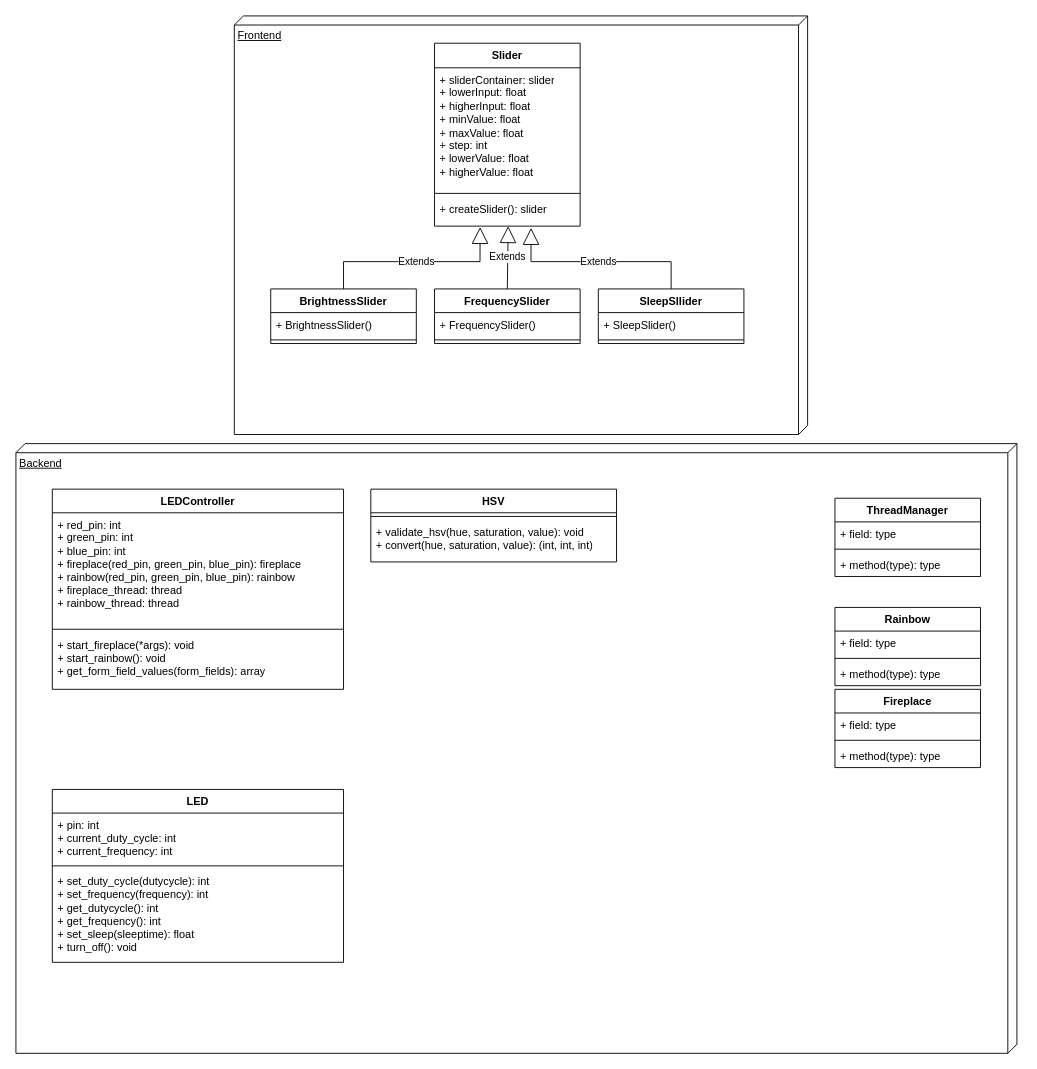
This is uml_diagrams/class_diagram_v2.drawio from Phaneron97/smartLedstrip, a draw.io file, before an edit. Source tidied: cells renumbered, new cells numbered last; positions are measured from the earlier drawing's top-left corner, leaving out a move shared by most shapes. Both pictures are drawn from the tidied source at 91%, with x=0, y=0 at pixel (15, 15).
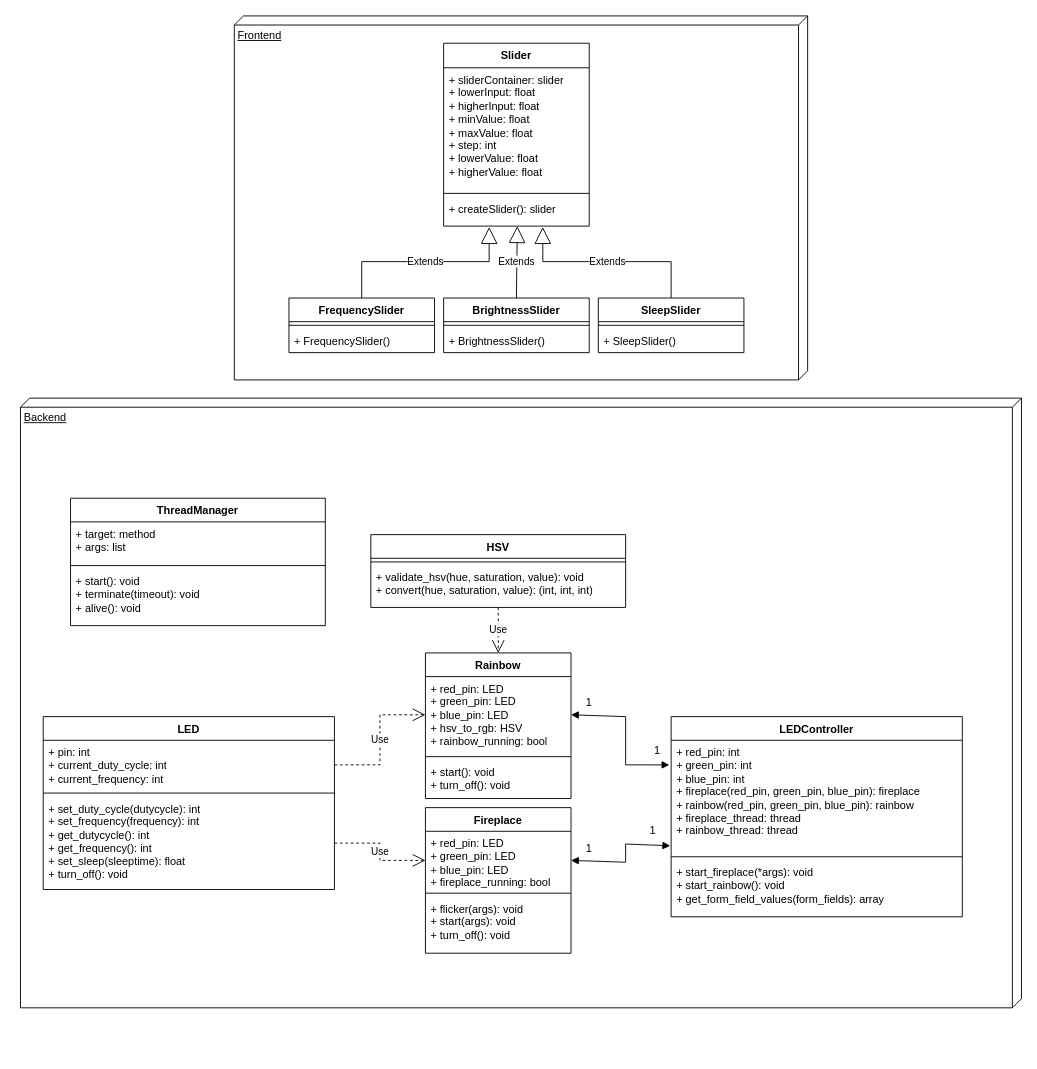
The same diagram, later.

Unchanged cells that the change refers to:
```xml
<mxCell id="7" value="&lt;div&gt;+ createSlider(): slider&lt;/div&gt;" style="text;strokeColor=none;fillColor=none;align=left;verticalAlign=top;spacingLeft=4;spacingRight=4;overflow=hidden;points=[[0,0.5],[1,0.5]];portConstraint=eastwest;whiteSpace=wrap;html=1;" parent="4" vertex="1">
  <mxGeometry y="169" width="160" height="32" as="geometry" />
</mxCell>
<mxCell id="21" value="&lt;div&gt;+ red_pin: int&lt;/div&gt;&lt;div&gt;+ green_pin: int&lt;/div&gt;&lt;div&gt;+ blue_pin: int&lt;/div&gt;&lt;div&gt;+ fireplace(red_pin, green_pin, blue_pin): fireplace&lt;/div&gt;&lt;div&gt;+ rainbow(red_pin, green_pin, blue_pin): rainbow&lt;/div&gt;&lt;div&gt;+ fireplace_thread: thread&lt;/div&gt;&lt;div&gt;+ rainbow_thread: thread&lt;/div&gt;" style="text;strokeColor=none;fillColor=none;align=left;verticalAlign=top;spacingLeft=4;spacingRight=4;overflow=hidden;points=[[0,0.5],[1,0.5]];portConstraint=eastwest;whiteSpace=wrap;html=1;" parent="20" vertex="1">
  <mxGeometry y="26" width="320" height="124" as="geometry" />
</mxCell>
<mxCell id="32" value="&lt;div&gt;+ pin: int&lt;/div&gt;&lt;div&gt;+ current_duty_cycle: int&lt;/div&gt;&lt;div&gt;+ current_frequency: int&lt;br&gt;&lt;/div&gt;" style="text;strokeColor=none;fillColor=none;align=left;verticalAlign=top;spacingLeft=4;spacingRight=4;overflow=hidden;points=[[0,0.5],[1,0.5]];portConstraint=eastwest;whiteSpace=wrap;html=1;" parent="31" vertex="1">
  <mxGeometry y="26" width="320" height="54" as="geometry" />
</mxCell>
<mxCell id="34" value="&lt;div&gt;+ set_duty_cycle(dutycycle): int&lt;/div&gt;&lt;div&gt;+ set_frequency(frequency): int&lt;/div&gt;&lt;div&gt;+ get_dutycycle(): int&lt;/div&gt;&lt;div&gt;+ get_frequency(): int&lt;/div&gt;&lt;div&gt;+ set_sleep(sleeptime): float&lt;/div&gt;&lt;div&gt;+ turn_off(): void&lt;br&gt;&lt;/div&gt;" style="text;strokeColor=none;fillColor=none;align=left;verticalAlign=top;spacingLeft=4;spacingRight=4;overflow=hidden;points=[[0,0.5],[1,0.5]];portConstraint=eastwest;whiteSpace=wrap;html=1;" parent="31" vertex="1">
  <mxGeometry y="88" width="320" height="102" as="geometry" />
</mxCell>
```

Diff of the diagram source:
```diff
@@
     <mxCell id="2" value="Frontend" style="verticalAlign=top;align=left;spacingTop=8;spacingLeft=2;spacingRight=12;shape=cube;size=10;direction=south;fontStyle=4;html=1;whiteSpace=wrap;" parent="1" vertex="1">
-      <mxGeometry x="240" width="630" height="460" as="geometry" />
+      <mxGeometry x="240" width="630" height="400" as="geometry" />
     </mxCell>
     <mxCell id="3" value="Backend" style="verticalAlign=top;align=left;spacingTop=8;spacingLeft=2;spacingRight=12;shape=cube;size=10;direction=south;fontStyle=4;html=1;whiteSpace=wrap;" parent="1" vertex="1">
-      <mxGeometry y="470" width="1100" height="670" as="geometry" />
+      <mxGeometry x="5" y="420" width="1100" height="670" as="geometry" />
     </mxCell>
     <mxCell id="4" value="Slider" style="swimlane;fontStyle=1;align=center;verticalAlign=top;horizontal=1;startSize=27;whiteSpace=wrap;html=1;" parent="1" vertex="1">
-      <mxGeometry x="460" y="30" width="160" height="201" as="geometry" />
+      <mxGeometry x="470" y="30" width="160" height="201" as="geometry" />
     </mxCell>
@@
-    <mxCell id="8" value="BrightnessSlider" style="swimlane;fontStyle=1;align=center;verticalAlign=top;horizontal=1;startSize=26;whiteSpace=wrap;html=1;" parent="1" vertex="1">
-      <mxGeometry x="280" y="300" width="160" height="60" as="geometry" />
-    </mxCell>
-    <mxCell id="9" value="+ BrightnessSlider()" style="text;strokeColor=none;fillColor=none;align=left;verticalAlign=top;spacingLeft=4;spacingRight=4;overflow=hidden;whiteSpace=wrap;html=1;" parent="8" vertex="1">
-      <mxGeometry y="26" width="160" height="26" as="geometry" />
-    </mxCell>
-    <mxCell id="10" style="line;strokeWidth=1;fillColor=none;align=left;verticalAlign=middle;spacingTop=-1;spacingLeft=3;spacingRight=3;labelPosition=right;strokeColor=inherit;" parent="8" vertex="1">
-      <mxGeometry y="52" width="160" height="8" as="geometry" />
-    </mxCell>
-    <mxCell id="11" value="FrequencySlider" style="swimlane;fontStyle=1;align=center;verticalAlign=top;horizontal=1;startSize=26;whiteSpace=wrap;html=1;" parent="1" vertex="1">
-      <mxGeometry x="460" y="300" width="160" height="60" as="geometry" />
-    </mxCell>
-    <mxCell id="12" value="+ FrequencySlider()" style="text;strokeColor=none;fillColor=none;align=left;verticalAlign=top;spacingLeft=4;spacingRight=4;overflow=hidden;whiteSpace=wrap;html=1;" parent="11" vertex="1">
-      <mxGeometry y="26" width="160" height="26" as="geometry" />
-    </mxCell>
-    <mxCell id="13" style="line;strokeWidth=1;fillColor=none;align=left;verticalAlign=middle;spacingTop=-1;spacingLeft=3;spacingRight=3;labelPosition=right;strokeColor=inherit;" parent="11" vertex="1">
-      <mxGeometry y="52" width="160" height="8" as="geometry" />
-    </mxCell>
-    <mxCell id="14" value="SleepSllider" style="swimlane;fontStyle=1;align=center;verticalAlign=top;horizontal=1;startSize=26;whiteSpace=wrap;html=1;" parent="1" vertex="1">
-      <mxGeometry x="640" y="300" width="160" height="60" as="geometry" />
-    </mxCell>
-    <mxCell id="15" value="+ SleepSlider()" style="text;strokeColor=none;fillColor=none;align=left;verticalAlign=top;spacingLeft=4;spacingRight=4;overflow=hidden;whiteSpace=wrap;html=1;" parent="14" vertex="1">
-      <mxGeometry y="26" width="160" height="26" as="geometry" />
-    </mxCell>
-    <mxCell id="16" style="line;strokeWidth=1;fillColor=none;align=left;verticalAlign=middle;spacingTop=-1;spacingLeft=3;spacingRight=3;labelPosition=right;strokeColor=inherit;" parent="14" vertex="1">
-      <mxGeometry y="52" width="160" height="8" as="geometry" />
-    </mxCell>
-    <mxCell id="17" value="Extends" style="endArrow=block;endSize=16;endFill=0;html=1;rounded=0;exitX=0.5;exitY=0;exitDx=0;exitDy=0;entryX=0.313;entryY=1.031;entryDx=0;entryDy=0;entryPerimeter=0;" parent="1" edge="1" source="8" target="7">
+    <mxCell id="17" value="Extends" style="endArrow=block;endSize=16;endFill=0;html=1;rounded=0;exitX=0.5;exitY=0;exitDx=0;exitDy=0;entryX=0.313;entryY=1.031;entryDx=0;entryDy=0;entryPerimeter=0;" parent="1" edge="1" source="11" target="7">
       <mxGeometry x="0.01" relative="1" as="geometry">
         <Array as="points">
-          <mxPoint x="360" y="270" />
-          <mxPoint x="510" y="270" />
+          <mxPoint x="380" y="270" />
+          <mxPoint x="520" y="270" />
         </Array>
       </mxGeometry>
     </mxCell>
-    <mxCell id="18" value="Extends" style="endArrow=block;endSize=16;endFill=0;html=1;rounded=0;exitX=0.5;exitY=0;exitDx=0;exitDy=0;entryX=0.506;entryY=1;entryDx=0;entryDy=0;entryPerimeter=0;" parent="1" edge="1" source="11" target="7">
+    <mxCell id="18" value="Extends" style="endArrow=block;endSize=16;endFill=0;html=1;rounded=0;exitX=0.5;exitY=0;exitDx=0;exitDy=0;entryX=0.506;entryY=1;entryDx=0;entryDy=0;entryPerimeter=0;" parent="1" edge="1" source="8" target="7">
       <mxGeometry relative="1" as="geometry" />
     </mxCell>
-    <mxCell id="19" value="Extends" style="endArrow=block;endSize=16;endFill=0;html=1;rounded=0;exitX=0.5;exitY=0;exitDx=0;exitDy=0;entryX=0.663;entryY=1.063;entryDx=0;entryDy=0;entryPerimeter=0;" parent="1" edge="1" source="14" target="7">
+    <mxCell id="19" value="Extends" style="endArrow=block;endSize=16;endFill=0;html=1;rounded=0;exitX=0.5;exitY=0;exitDx=0;exitDy=0;entryX=0.681;entryY=1.031;entryDx=0;entryDy=0;entryPerimeter=0;" parent="1" edge="1" source="45" target="7">
       <mxGeometry relative="1" as="geometry">
         <Array as="points">
           <mxPoint x="720" y="270" />
           <mxPoint x="650" y="270" />
-          <mxPoint x="566" y="270" />
+          <mxPoint x="579" y="270" />
         </Array>
       </mxGeometry>
     </mxCell>
     <mxCell id="20" value="LEDController" style="swimlane;fontStyle=1;align=center;verticalAlign=top;horizontal=1;startSize=26;whiteSpace=wrap;html=1;" parent="1" vertex="1">
-      <mxGeometry x="40" y="520" width="320" height="220" as="geometry" />
+      <mxGeometry x="720" y="770" width="320" height="220" as="geometry" />
     </mxCell>
@@
     <mxCell id="24" value="Fireplace" style="swimlane;fontStyle=1;align=center;verticalAlign=top;horizontal=1;startSize=26;whiteSpace=wrap;html=1;" parent="1" vertex="1">
-      <mxGeometry x="900" y="740" width="160" height="86" as="geometry" />
+      <mxGeometry x="450" y="870" width="160" height="160" as="geometry" />
     </mxCell>
-    <mxCell id="25" value="+ field: type" style="text;strokeColor=none;fillColor=none;align=left;verticalAlign=top;spacingLeft=4;spacingRight=4;overflow=hidden;points=[[0,0.5],[1,0.5]];portConstraint=eastwest;whiteSpace=wrap;html=1;" parent="24" vertex="1">
-      <mxGeometry y="26" width="160" height="26" as="geometry" />
+    <mxCell id="25" value="&lt;div&gt;+ red_pin: LED&lt;/div&gt;&lt;div&gt;+ green_pin: LED&lt;/div&gt;&lt;div&gt;+ blue_pin: LED&lt;/div&gt;&lt;div&gt;+ fireplace_running: bool&lt;br&gt;&lt;/div&gt;" style="text;strokeColor=none;fillColor=none;align=left;verticalAlign=top;spacingLeft=4;spacingRight=4;overflow=hidden;points=[[0,0.5],[1,0.5]];portConstraint=eastwest;whiteSpace=wrap;html=1;" parent="24" vertex="1">
+      <mxGeometry y="26" width="160" height="64" as="geometry" />
     </mxCell>
     <mxCell id="26" style="line;strokeWidth=1;fillColor=none;align=left;verticalAlign=middle;spacingTop=-1;spacingLeft=3;spacingRight=3;labelPosition=right;strokeColor=inherit;" parent="24" vertex="1">
-      <mxGeometry y="52" width="160" height="8" as="geometry" />
+      <mxGeometry y="90" width="160" height="8" as="geometry" />
     </mxCell>
-    <mxCell id="27" value="+ method(type): type" style="text;strokeColor=none;fillColor=none;align=left;verticalAlign=top;spacingLeft=4;spacingRight=4;overflow=hidden;whiteSpace=wrap;html=1;" parent="24" vertex="1">
-      <mxGeometry y="60" width="160" height="26" as="geometry" />
+    <mxCell id="27" value="&lt;div&gt;+ flicker(args): void&lt;/div&gt;&lt;div&gt;+ start(args): void&lt;/div&gt;&lt;div&gt;+ turn_off(): void&lt;br&gt;&lt;/div&gt;&lt;div&gt;&lt;br&gt;&lt;/div&gt;" style="text;strokeColor=none;fillColor=none;align=left;verticalAlign=top;spacingLeft=4;spacingRight=4;overflow=hidden;whiteSpace=wrap;html=1;" parent="24" vertex="1">
+      <mxGeometry y="98" width="160" height="62" as="geometry" />
     </mxCell>
     <mxCell id="28" value="HSV" style="swimlane;fontStyle=1;align=center;verticalAlign=top;horizontal=1;startSize=26;whiteSpace=wrap;html=1;" parent="1" vertex="1">
-      <mxGeometry x="390" y="520" width="270" height="80" as="geometry" />
+      <mxGeometry x="390" y="570" width="280" height="80" as="geometry" />
     </mxCell>
     <mxCell id="29" style="line;strokeWidth=1;fillColor=none;align=left;verticalAlign=middle;spacingTop=-1;spacingLeft=3;spacingRight=3;labelPosition=right;strokeColor=inherit;" parent="28" vertex="1">
-      <mxGeometry y="26" width="270" height="8" as="geometry" />
+      <mxGeometry y="26" width="280" height="8" as="geometry" />
     </mxCell>
     <mxCell id="30" value="&lt;div&gt;+ validate_hsv(hue, saturation, value): void&lt;/div&gt;&lt;div&gt;+ convert(hue, saturation, value): (int, int, int)&lt;br&gt;&lt;/div&gt;" style="text;strokeColor=none;fillColor=none;align=left;verticalAlign=top;spacingLeft=4;spacingRight=4;overflow=hidden;whiteSpace=wrap;html=1;" parent="28" vertex="1">
-      <mxGeometry y="34" width="270" height="46" as="geometry" />
+      <mxGeometry y="34" width="280" height="46" as="geometry" />
     </mxCell>
     <mxCell id="31" value="LED" style="swimlane;fontStyle=1;align=center;verticalAlign=top;horizontal=1;startSize=26;whiteSpace=wrap;html=1;" parent="1" vertex="1">
-      <mxGeometry x="40" y="850" width="320" height="190" as="geometry" />
+      <mxGeometry x="30" y="770" width="320" height="190" as="geometry" />
     </mxCell>
@@
     <mxCell id="35" value="ThreadManager" style="swimlane;fontStyle=1;align=center;verticalAlign=top;horizontal=1;startSize=26;whiteSpace=wrap;html=1;" parent="1" vertex="1">
-      <mxGeometry x="900" y="530" width="160" height="86" as="geometry" />
+      <mxGeometry x="60" y="530" width="280" height="140" as="geometry" />
     </mxCell>
-    <mxCell id="36" value="+ field: type" style="text;strokeColor=none;fillColor=none;align=left;verticalAlign=top;spacingLeft=4;spacingRight=4;overflow=hidden;whiteSpace=wrap;html=1;" parent="35" vertex="1">
-      <mxGeometry y="26" width="160" height="26" as="geometry" />
+    <mxCell id="36" value="&lt;div&gt;+ target: method&lt;/div&gt;&lt;div&gt;+ args: list&lt;br&gt;&lt;/div&gt;" style="text;strokeColor=none;fillColor=none;align=left;verticalAlign=top;spacingLeft=4;spacingRight=4;overflow=hidden;whiteSpace=wrap;html=1;" parent="35" vertex="1">
+      <mxGeometry y="26" width="280" height="44" as="geometry" />
     </mxCell>
     <mxCell id="37" style="line;strokeWidth=1;fillColor=none;align=left;verticalAlign=middle;spacingTop=-1;spacingLeft=3;spacingRight=3;labelPosition=right;strokeColor=inherit;" parent="35" vertex="1">
-      <mxGeometry y="52" width="160" height="8" as="geometry" />
+      <mxGeometry y="70" width="280" height="8" as="geometry" />
     </mxCell>
-    <mxCell id="38" value="+ method(type): type" style="text;strokeColor=none;fillColor=none;align=left;verticalAlign=top;spacingLeft=4;spacingRight=4;overflow=hidden;whiteSpace=wrap;html=1;" parent="35" vertex="1">
-      <mxGeometry y="60" width="160" height="26" as="geometry" />
+    <mxCell id="38" value="&lt;div&gt;+ start(): void&lt;/div&gt;&lt;div&gt;+ terminate(timeout): void&lt;/div&gt;&lt;div&gt;+ alive(): void&lt;br&gt;&lt;/div&gt;" style="text;strokeColor=none;fillColor=none;align=left;verticalAlign=top;spacingLeft=4;spacingRight=4;overflow=hidden;whiteSpace=wrap;html=1;" parent="35" vertex="1">
+      <mxGeometry y="78" width="280" height="62" as="geometry" />
     </mxCell>
     <mxCell id="39" value="Rainbow" style="swimlane;fontStyle=1;align=center;verticalAlign=top;horizontal=1;startSize=26;whiteSpace=wrap;html=1;" parent="1" vertex="1">
-      <mxGeometry x="900" y="650" width="160" height="86" as="geometry" />
+      <mxGeometry x="450" y="700" width="160" height="160" as="geometry" />
     </mxCell>
-    <mxCell id="40" value="+ field: type" style="text;strokeColor=none;fillColor=none;align=left;verticalAlign=top;spacingLeft=4;spacingRight=4;overflow=hidden;points=[[0,0.5],[1,0.5]];portConstraint=eastwest;whiteSpace=wrap;html=1;" parent="39" vertex="1">
-      <mxGeometry y="26" width="160" height="26" as="geometry" />
+    <mxCell id="40" value="&lt;div&gt;+ red_pin: LED&lt;/div&gt;&lt;div&gt;+ green_pin: LED&lt;/div&gt;&lt;div&gt;+ blue_pin: LED&lt;/div&gt;&lt;div&gt;+ hsv_to_rgb: HSV&lt;/div&gt;&lt;div&gt;+ rainbow_running: bool&lt;br&gt;&lt;/div&gt;" style="text;strokeColor=none;fillColor=none;align=left;verticalAlign=top;spacingLeft=4;spacingRight=4;overflow=hidden;points=[[0,0.5],[1,0.5]];portConstraint=eastwest;whiteSpace=wrap;html=1;" parent="39" vertex="1">
+      <mxGeometry y="26" width="160" height="84" as="geometry" />
     </mxCell>
     <mxCell id="41" style="line;strokeWidth=1;fillColor=none;align=left;verticalAlign=middle;spacingTop=-1;spacingLeft=3;spacingRight=3;labelPosition=right;strokeColor=inherit;" parent="39" vertex="1">
-      <mxGeometry y="52" width="160" height="8" as="geometry" />
+      <mxGeometry y="110" width="160" height="8" as="geometry" />
     </mxCell>
-    <mxCell id="42" value="+ method(type): type" style="text;strokeColor=none;fillColor=none;align=left;verticalAlign=top;spacingLeft=4;spacingRight=4;overflow=hidden;whiteSpace=wrap;html=1;" parent="39" vertex="1">
-      <mxGeometry y="60" width="160" height="26" as="geometry" />
+    <mxCell id="42" value="&lt;div&gt;+ start(): void&lt;/div&gt;&lt;div&gt;+ turn_off(): void&lt;br&gt;&lt;/div&gt;" style="text;strokeColor=none;fillColor=none;align=left;verticalAlign=top;spacingLeft=4;spacingRight=4;overflow=hidden;whiteSpace=wrap;html=1;" parent="39" vertex="1">
+      <mxGeometry y="118" width="160" height="42" as="geometry" />
     </mxCell>
+    <mxCell id="8" value="BrightnessSlider" style="swimlane;fontStyle=1;align=center;verticalAlign=top;horizontal=1;startSize=26;whiteSpace=wrap;html=1;" parent="1" vertex="1">
+      <mxGeometry x="470" y="310" width="160" height="60" as="geometry" />
+    </mxCell>
+    <mxCell id="43" style="line;strokeWidth=1;fillColor=none;align=left;verticalAlign=middle;spacingTop=-1;spacingLeft=3;spacingRight=3;labelPosition=right;strokeColor=inherit;" parent="8" vertex="1">
+      <mxGeometry y="26" width="160" height="8" as="geometry" />
+    </mxCell>
+    <mxCell id="9" value="+ BrightnessSlider()" style="text;strokeColor=none;fillColor=none;align=left;verticalAlign=top;spacingLeft=4;spacingRight=4;overflow=hidden;whiteSpace=wrap;html=1;" parent="8" vertex="1">
+      <mxGeometry y="34" width="160" height="26" as="geometry" />
+    </mxCell>
+    <mxCell id="11" value="FrequencySlider" style="swimlane;fontStyle=1;align=center;verticalAlign=top;horizontal=1;startSize=26;whiteSpace=wrap;html=1;" parent="1" vertex="1">
+      <mxGeometry x="300" y="310" width="160" height="60" as="geometry" />
+    </mxCell>
+    <mxCell id="44" style="line;strokeWidth=1;fillColor=none;align=left;verticalAlign=middle;spacingTop=-1;spacingLeft=3;spacingRight=3;labelPosition=right;strokeColor=inherit;" parent="11" vertex="1">
+      <mxGeometry y="26" width="160" height="8" as="geometry" />
+    </mxCell>
+    <mxCell id="12" value="+ FrequencySlider()" style="text;strokeColor=none;fillColor=none;align=left;verticalAlign=top;spacingLeft=4;spacingRight=4;overflow=hidden;whiteSpace=wrap;html=1;" parent="11" vertex="1">
+      <mxGeometry y="34" width="160" height="26" as="geometry" />
+    </mxCell>
+    <mxCell id="45" value="SleepSlider" style="swimlane;fontStyle=1;align=center;verticalAlign=top;horizontal=1;startSize=26;whiteSpace=wrap;html=1;" parent="1" vertex="1">
+      <mxGeometry x="640" y="310" width="160" height="60" as="geometry" />
+    </mxCell>
+    <mxCell id="46" style="line;strokeWidth=1;fillColor=none;align=left;verticalAlign=middle;spacingTop=-1;spacingLeft=3;spacingRight=3;labelPosition=right;strokeColor=inherit;" parent="45" vertex="1">
+      <mxGeometry y="26" width="160" height="8" as="geometry" />
+    </mxCell>
+    <mxCell id="15" value="+ SleepSlider()" style="text;strokeColor=none;fillColor=none;align=left;verticalAlign=top;spacingLeft=4;spacingRight=4;overflow=hidden;whiteSpace=wrap;html=1;" parent="45" vertex="1">
+      <mxGeometry y="34" width="160" height="26" as="geometry" />
+    </mxCell>
+    <mxCell id="47" value="Use" style="endArrow=open;endSize=12;dashed=1;html=1;rounded=0;exitX=0.5;exitY=1;exitDx=0;exitDy=0;entryX=0.5;entryY=0;entryDx=0;entryDy=0;" parent="1" edge="1" source="28" target="39">
+      <mxGeometry relative="1" as="geometry" />
+    </mxCell>
+    <mxCell id="48" value="Use" style="endArrow=open;endSize=12;dashed=1;html=1;rounded=0;exitX=1;exitY=0.5;exitDx=0;exitDy=0;entryX=0;entryY=0.5;entryDx=0;entryDy=0;" parent="1" edge="1" source="32" target="40">
+      <mxGeometry relative="1" as="geometry">
+        <Array as="points">
+          <mxPoint x="400" y="823" />
+          <mxPoint x="400" y="768" />
+        </Array>
+      </mxGeometry>
+    </mxCell>
+    <mxCell id="49" value="Use" style="endArrow=open;endSize=12;dashed=1;html=1;rounded=0;exitX=1;exitY=0.5;exitDx=0;exitDy=0;entryX=0;entryY=0.5;entryDx=0;entryDy=0;" parent="1" edge="1" source="34" target="25">
+      <mxGeometry relative="1" as="geometry">
+        <Array as="points">
+          <mxPoint x="400" y="909" />
+          <mxPoint x="400" y="928" />
+          <mxPoint x="430" y="928" />
+        </Array>
+      </mxGeometry>
+    </mxCell>
+    <mxCell id="50" style="endArrow=block;startArrow=block;endFill=1;startFill=1;html=1;rounded=0;entryX=-0.006;entryY=0.218;entryDx=0;entryDy=0;entryPerimeter=0;exitX=1;exitY=0.5;exitDx=0;exitDy=0;" parent="1" edge="1" source="40" target="21">
+      <mxGeometry relative="1" as="geometry">
+        <Array as="points">
+          <mxPoint x="670" y="770" />
+          <mxPoint x="670" y="823" />
+        </Array>
+      </mxGeometry>
+    </mxCell>
+    <mxCell id="51" style="endArrow=block;startArrow=block;endFill=1;startFill=1;html=1;rounded=0;entryX=-0.003;entryY=0.935;entryDx=0;entryDy=0;entryPerimeter=0;exitX=1;exitY=0.5;exitDx=0;exitDy=0;" parent="1" edge="1" source="25" target="21">
+      <mxGeometry relative="1" as="geometry">
+        <Array as="points">
+          <mxPoint x="670" y="930" />
+          <mxPoint x="670" y="910" />
+        </Array>
+      </mxGeometry>
+    </mxCell>
+    <mxCell id="52" value="1" style="text;html=1;strokeColor=none;fillColor=none;align=center;verticalAlign=middle;whiteSpace=wrap;rounded=0;" parent="1" vertex="1">
+      <mxGeometry x="600" y="740" width="60" height="30" as="geometry" />
+    </mxCell>
+    <mxCell id="53" value="1" style="text;html=1;strokeColor=none;fillColor=none;align=center;verticalAlign=middle;whiteSpace=wrap;rounded=0;" parent="1" vertex="1">
+      <mxGeometry x="675" y="793" width="60" height="30" as="geometry" />
+    </mxCell>
+    <mxCell id="54" value="1" style="text;html=1;strokeColor=none;fillColor=none;align=center;verticalAlign=middle;whiteSpace=wrap;rounded=0;" parent="1" vertex="1">
+      <mxGeometry x="600" y="900" width="60" height="30" as="geometry" />
+    </mxCell>
+    <mxCell id="55" value="1" style="text;html=1;strokeColor=none;fillColor=none;align=center;verticalAlign=middle;whiteSpace=wrap;rounded=0;" parent="1" vertex="1">
+      <mxGeometry x="670" y="880" width="60" height="30" as="geometry" />
+    </mxCell>
```
